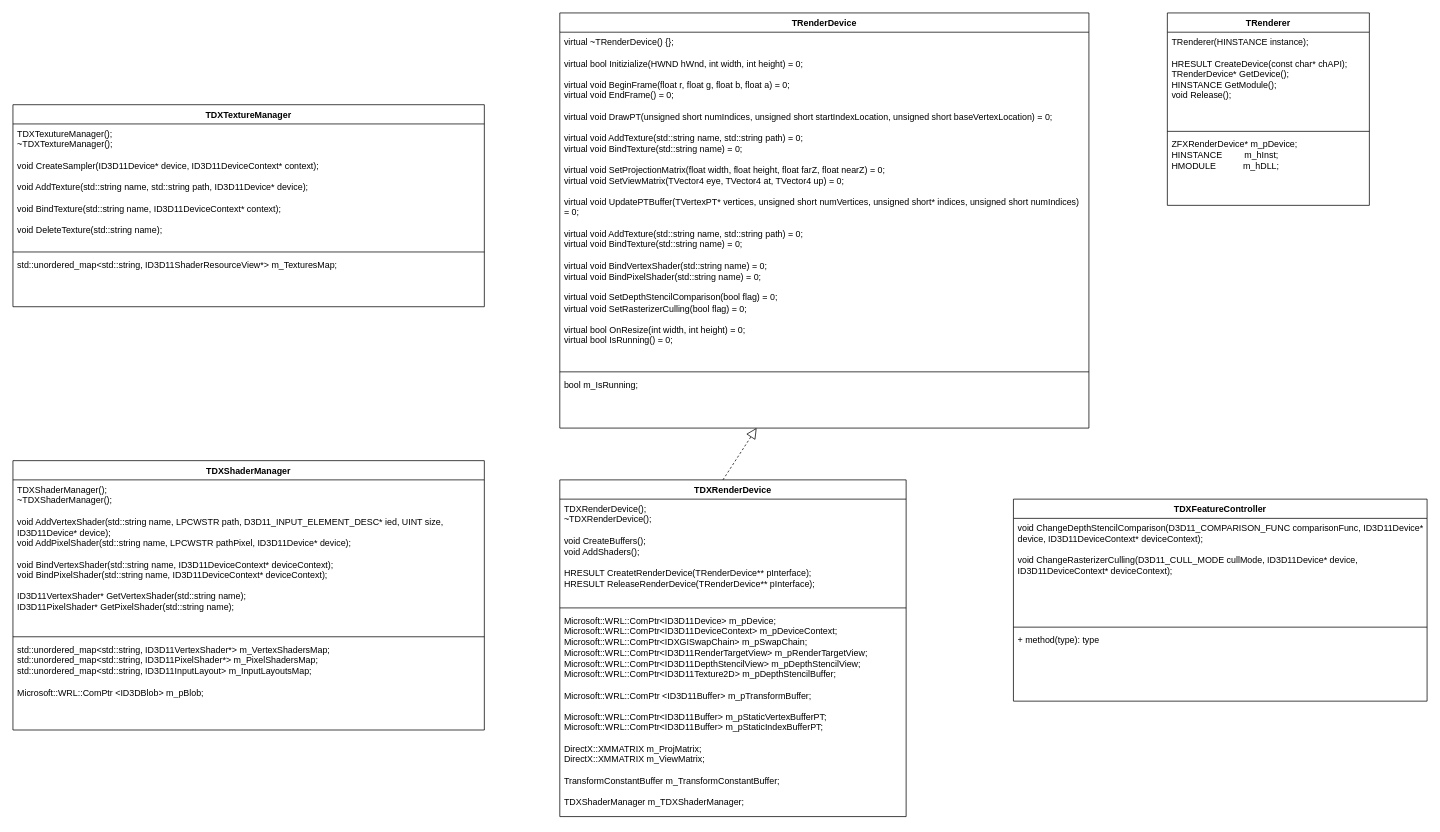
This is UML/TRenderer.drawio from f1oating/TRender, a draw.io file, before an edit. Source tidied: cells renumbered, new cells numbered last; positions are measured from the earlier drawing's top-left corner, leaving out a move shared by most shapes. Both pictures are drawn from the tidied source at 74%, with x=0, y=0 at pixel (13, 13).
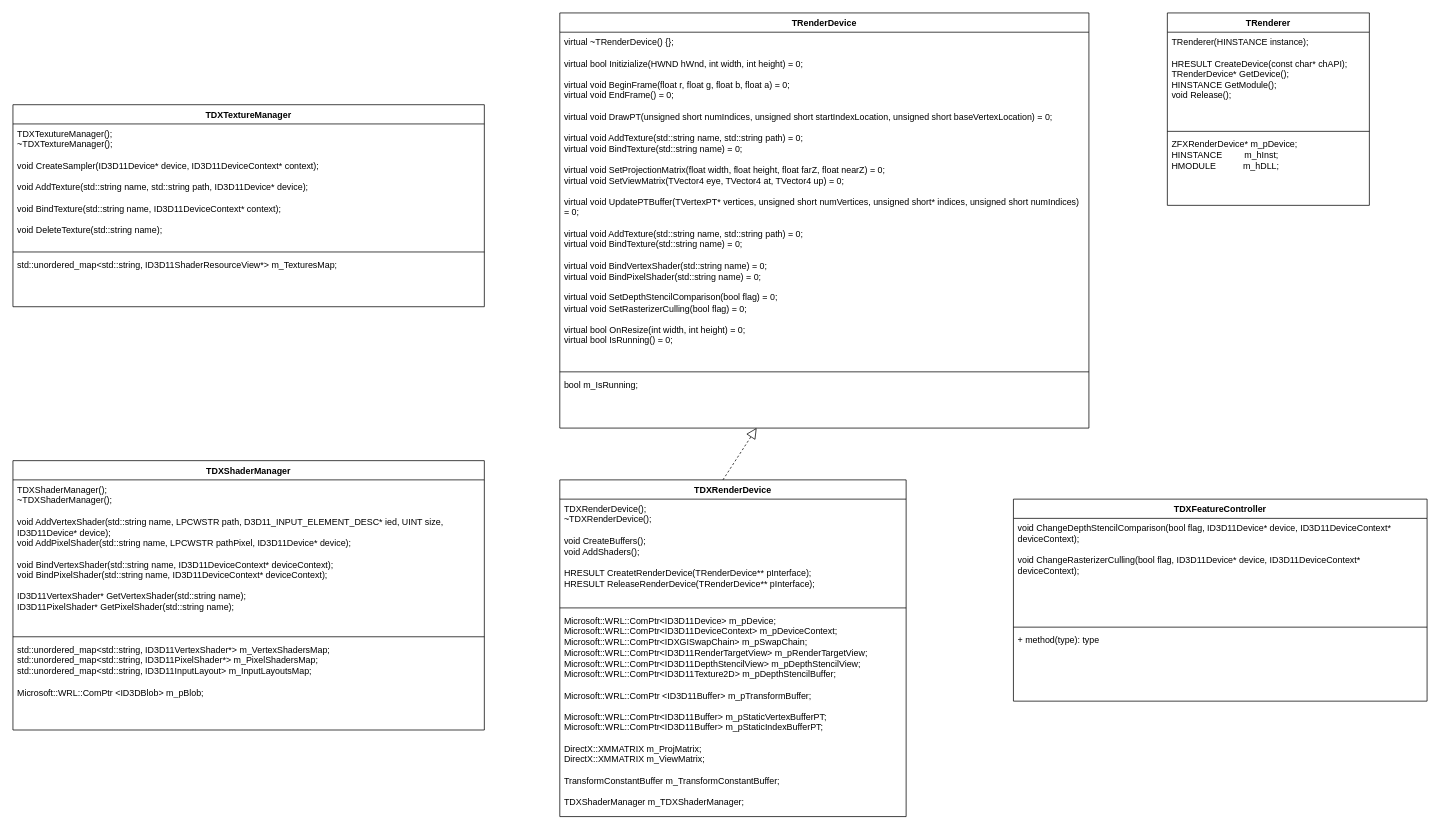
The same diagram, later.

The change refers to these unchanged cells:
```xml
<mxCell id="23" value="TDXFeatureController" style="swimlane;fontStyle=1;align=center;verticalAlign=top;horizontal=1;startSize=26;whiteSpace=wrap;html=1;" parent="1" vertex="1">
  <mxGeometry x="1352" y="657" width="559" height="273" as="geometry" />
</mxCell>
```

The edit, as a diff of the source:
```diff
@@
-    <mxCell id="24" value="&lt;div&gt;&lt;span class=&quot;hljs-type&quot;&gt;void&lt;/span&gt; &lt;span class=&quot;hljs-title&quot;&gt;ChangeDepthStencilComparison&lt;/span&gt;&lt;span class=&quot;hljs-params&quot;&gt;(D3D11_COMPARISON_FUNC comparisonFunc, &lt;/span&gt;ID3D11Device* device, ID3D11DeviceContext* deviceContext&lt;span class=&quot;hljs-params&quot;&gt;);&lt;/span&gt;&lt;/div&gt;&lt;div&gt;&lt;span class=&quot;hljs-params&quot;&gt;&lt;br&gt;&lt;/span&gt;&lt;/div&gt;&lt;div&gt;&lt;span class=&quot;hljs-params&quot;&gt;void ChangeRasterizerCulling(D3D11_CULL_MODE cullMode, ID3D11Device* device, ID3D11DeviceContext* deviceContext);&lt;br&gt;&lt;/span&gt;&lt;/div&gt;" style="text;strokeColor=none;fillColor=none;align=left;verticalAlign=top;spacingLeft=4;spacingRight=4;overflow=hidden;whiteSpace=wrap;html=1;" parent="23" vertex="1">
+    <mxCell id="24" value="&lt;div&gt;&lt;span class=&quot;hljs-type&quot;&gt;void&lt;/span&gt; &lt;span class=&quot;hljs-title&quot;&gt;ChangeDepthStencilComparison&lt;/span&gt;&lt;span class=&quot;hljs-params&quot;&gt;(&lt;/span&gt;&lt;span class=&quot;hljs-params&quot;&gt;bool flag&lt;/span&gt;&lt;span class=&quot;hljs-params&quot;&gt;, &lt;/span&gt;ID3D11Device* device, ID3D11DeviceContext* deviceContext&lt;span class=&quot;hljs-params&quot;&gt;);&lt;/span&gt;&lt;/div&gt;&lt;div&gt;&lt;span class=&quot;hljs-params&quot;&gt;&lt;br&gt;&lt;/span&gt;&lt;/div&gt;&lt;div&gt;&lt;span class=&quot;hljs-params&quot;&gt;void ChangeRasterizerCulling(bool flag, ID3D11Device* device, ID3D11DeviceContext* deviceContext);&lt;br&gt;&lt;/span&gt;&lt;/div&gt;" style="text;strokeColor=none;fillColor=none;align=left;verticalAlign=top;spacingLeft=4;spacingRight=4;overflow=hidden;whiteSpace=wrap;html=1;" parent="23" vertex="1">
       <mxGeometry y="26" width="559" height="143" as="geometry" />
     </mxCell>
```
